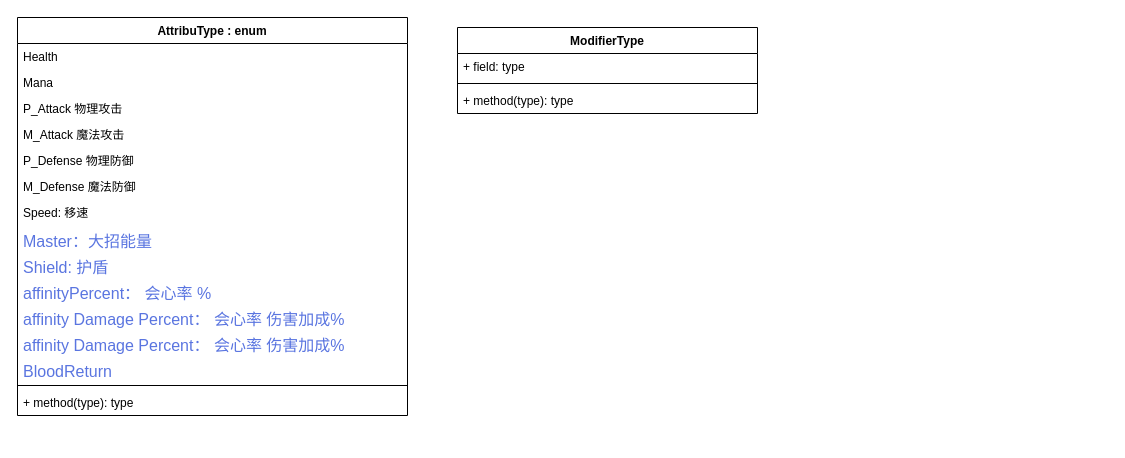
This is attribute.drawio from QAQSly/QAQSly, a draw.io file, before an edit. Source tidied: cells renumbered, new cells numbered last; positions are measured from the earlier drawing's top-left corner, leaving out a move shared by most shapes. Both pictures are drawn from the tidied source at 100%, with x=0, y=0 at pixel (17, 17).
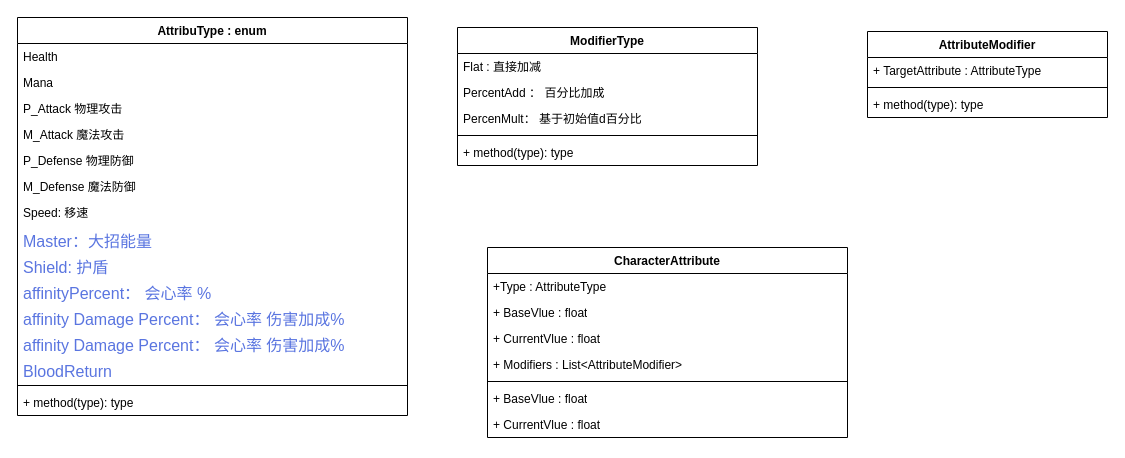
The same page after the edit.

The edit, as a diff of the source:
```diff
@@
     <mxCell id="18" value="&lt;div&gt;ModifierType&lt;/div&gt;&lt;div&gt;&lt;br&gt;&lt;/div&gt;" style="swimlane;fontStyle=1;align=center;verticalAlign=top;horizontal=1;startSize=26;whiteSpace=wrap;html=1;" parent="1" vertex="1">
-      <mxGeometry x="440" y="10" width="300" height="86" as="geometry" />
+      <mxGeometry x="440" y="10" width="300" height="138" as="geometry" />
     </mxCell>
-    <mxCell id="19" value="+ field: type" style="text;strokeColor=none;fillColor=none;align=left;verticalAlign=top;spacingLeft=4;spacingRight=4;overflow=hidden;whiteSpace=wrap;html=1;" parent="18" vertex="1">
+    <mxCell id="19" value="Flat : 直接加减" style="text;strokeColor=none;fillColor=none;align=left;verticalAlign=top;spacingLeft=4;spacingRight=4;overflow=hidden;whiteSpace=wrap;html=1;" parent="18" vertex="1">
       <mxGeometry y="26" width="300" height="26" as="geometry" />
     </mxCell>
+    <mxCell id="22" value="PercentAdd ： 百分比加成" style="text;strokeColor=none;fillColor=none;align=left;verticalAlign=top;spacingLeft=4;spacingRight=4;overflow=hidden;whiteSpace=wrap;html=1;" parent="18" vertex="1">
+      <mxGeometry y="52" width="300" height="26" as="geometry" />
+    </mxCell>
+    <mxCell id="23" value="PercenMult： 基于初始值d百分比" style="text;strokeColor=none;fillColor=none;align=left;verticalAlign=top;spacingLeft=4;spacingRight=4;overflow=hidden;whiteSpace=wrap;html=1;" parent="18" vertex="1">
+      <mxGeometry y="78" width="300" height="26" as="geometry" />
+    </mxCell>
     <mxCell id="20" style="line;strokeWidth=1;fillColor=none;align=left;verticalAlign=middle;spacingTop=-1;spacingLeft=3;spacingRight=3;labelPosition=right;strokeColor=inherit;" parent="18" vertex="1">
-      <mxGeometry y="52" width="300" height="8" as="geometry" />
+      <mxGeometry y="104" width="300" height="8" as="geometry" />
     </mxCell>
     <mxCell id="21" value="+ method(type): type" style="text;strokeColor=none;fillColor=none;align=left;verticalAlign=top;spacingLeft=4;spacingRight=4;overflow=hidden;whiteSpace=wrap;html=1;" parent="18" vertex="1">
-      <mxGeometry y="60" width="300" height="26" as="geometry" />
+      <mxGeometry y="112" width="300" height="26" as="geometry" />
     </mxCell>
+    <mxCell id="24" value="CharacterAttribute" style="swimlane;fontStyle=1;align=center;verticalAlign=top;horizontal=1;startSize=26;whiteSpace=wrap;html=1;" parent="1" vertex="1">
+      <mxGeometry x="470" y="230" width="360" height="190" as="geometry" />
+    </mxCell>
+    <mxCell id="25" value="+Type : AttributeType" style="text;strokeColor=none;fillColor=none;align=left;verticalAlign=top;spacingLeft=4;spacingRight=4;overflow=hidden;whiteSpace=wrap;html=1;" parent="24" vertex="1">
+      <mxGeometry y="26" width="360" height="26" as="geometry" />
+    </mxCell>
+    <mxCell id="26" value="+ BaseVlue : float" style="text;strokeColor=none;fillColor=none;align=left;verticalAlign=top;spacingLeft=4;spacingRight=4;overflow=hidden;whiteSpace=wrap;html=1;" parent="24" vertex="1">
+      <mxGeometry y="52" width="360" height="26" as="geometry" />
+    </mxCell>
+    <mxCell id="27" value="+ CurrentVlue : float" style="text;strokeColor=none;fillColor=none;align=left;verticalAlign=top;spacingLeft=4;spacingRight=4;overflow=hidden;whiteSpace=wrap;html=1;" parent="24" vertex="1">
+      <mxGeometry y="78" width="360" height="26" as="geometry" />
+    </mxCell>
+    <mxCell id="28" value="+ Modifiers : List&amp;lt;AttributeModifier&amp;gt;" style="text;strokeColor=none;fillColor=none;align=left;verticalAlign=top;spacingLeft=4;spacingRight=4;overflow=hidden;whiteSpace=wrap;html=1;" parent="24" vertex="1">
+      <mxGeometry y="104" width="360" height="26" as="geometry" />
+    </mxCell>
+    <mxCell id="29" style="line;strokeWidth=1;fillColor=none;align=left;verticalAlign=middle;spacingTop=-1;spacingLeft=3;spacingRight=3;labelPosition=right;strokeColor=inherit;" parent="24" vertex="1">
+      <mxGeometry y="130" width="360" height="8" as="geometry" />
+    </mxCell>
+    <mxCell id="30" value="+ BaseVlue : float" style="text;strokeColor=none;fillColor=none;align=left;verticalAlign=top;spacingLeft=4;spacingRight=4;overflow=hidden;whiteSpace=wrap;html=1;" parent="24" vertex="1">
+      <mxGeometry y="138" width="360" height="26" as="geometry" />
+    </mxCell>
+    <mxCell id="31" value="+ CurrentVlue : float" style="text;strokeColor=none;fillColor=none;align=left;verticalAlign=top;spacingLeft=4;spacingRight=4;overflow=hidden;whiteSpace=wrap;html=1;" parent="24" vertex="1">
+      <mxGeometry y="164" width="360" height="26" as="geometry" />
+    </mxCell>
+    <mxCell id="32" value="AttributeModifier" style="swimlane;fontStyle=1;align=center;verticalAlign=top;horizontal=1;startSize=26;whiteSpace=wrap;html=1;" parent="1" vertex="1">
+      <mxGeometry x="850" y="14" width="240" height="86" as="geometry" />
+    </mxCell>
+    <mxCell id="33" value="+ TargetAttribute : AttributeType" style="text;strokeColor=none;fillColor=none;align=left;verticalAlign=top;spacingLeft=4;spacingRight=4;overflow=hidden;whiteSpace=wrap;html=1;" parent="32" vertex="1">
+      <mxGeometry y="26" width="240" height="26" as="geometry" />
+    </mxCell>
+    <mxCell id="34" style="line;strokeWidth=1;fillColor=none;align=left;verticalAlign=middle;spacingTop=-1;spacingLeft=3;spacingRight=3;labelPosition=right;strokeColor=inherit;" parent="32" vertex="1">
+      <mxGeometry y="52" width="240" height="8" as="geometry" />
+    </mxCell>
+    <mxCell id="35" value="+ method(type): type" style="text;strokeColor=none;fillColor=none;align=left;verticalAlign=top;spacingLeft=4;spacingRight=4;overflow=hidden;whiteSpace=wrap;html=1;" parent="32" vertex="1">
+      <mxGeometry y="60" width="240" height="26" as="geometry" />
+    </mxCell>
```
